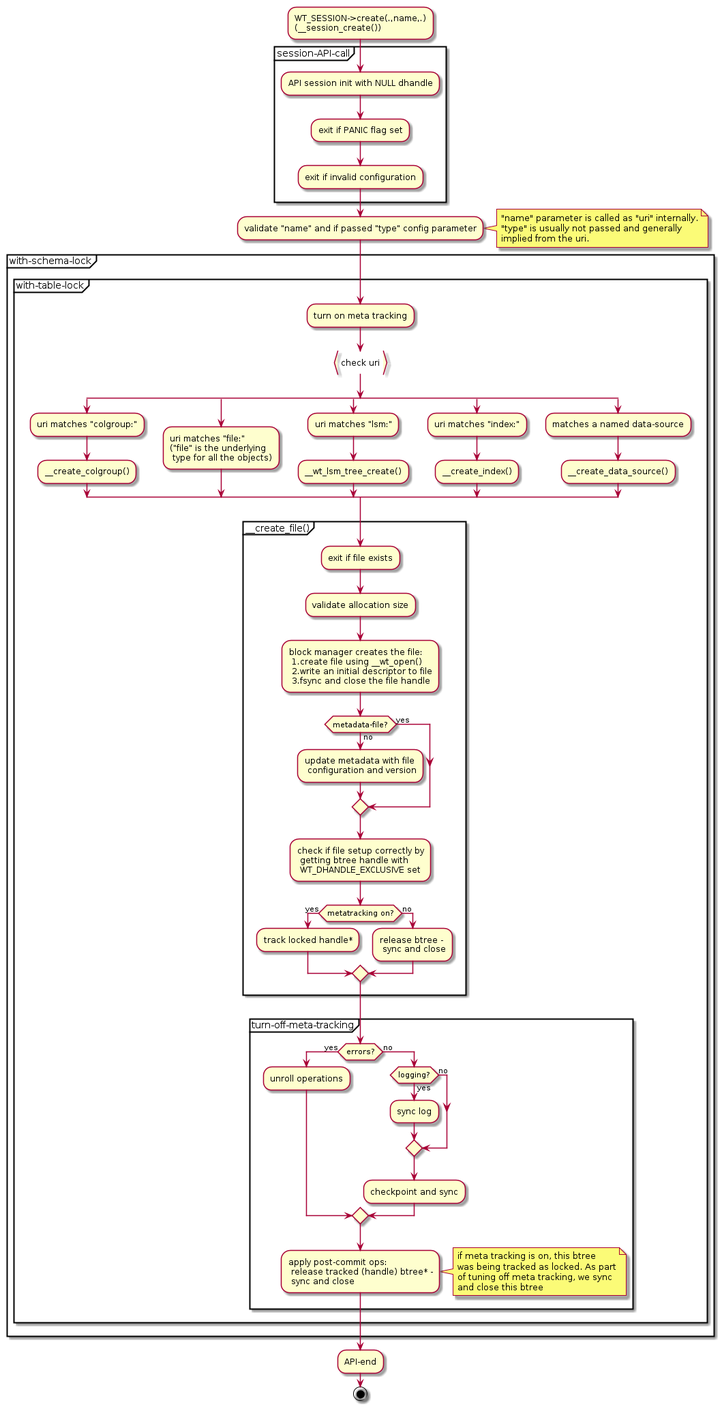
Above: src/docs/images/plantuml_gen_img/schema_create.png in wiredtiger/wiredtiger (PlantUML), before the change.
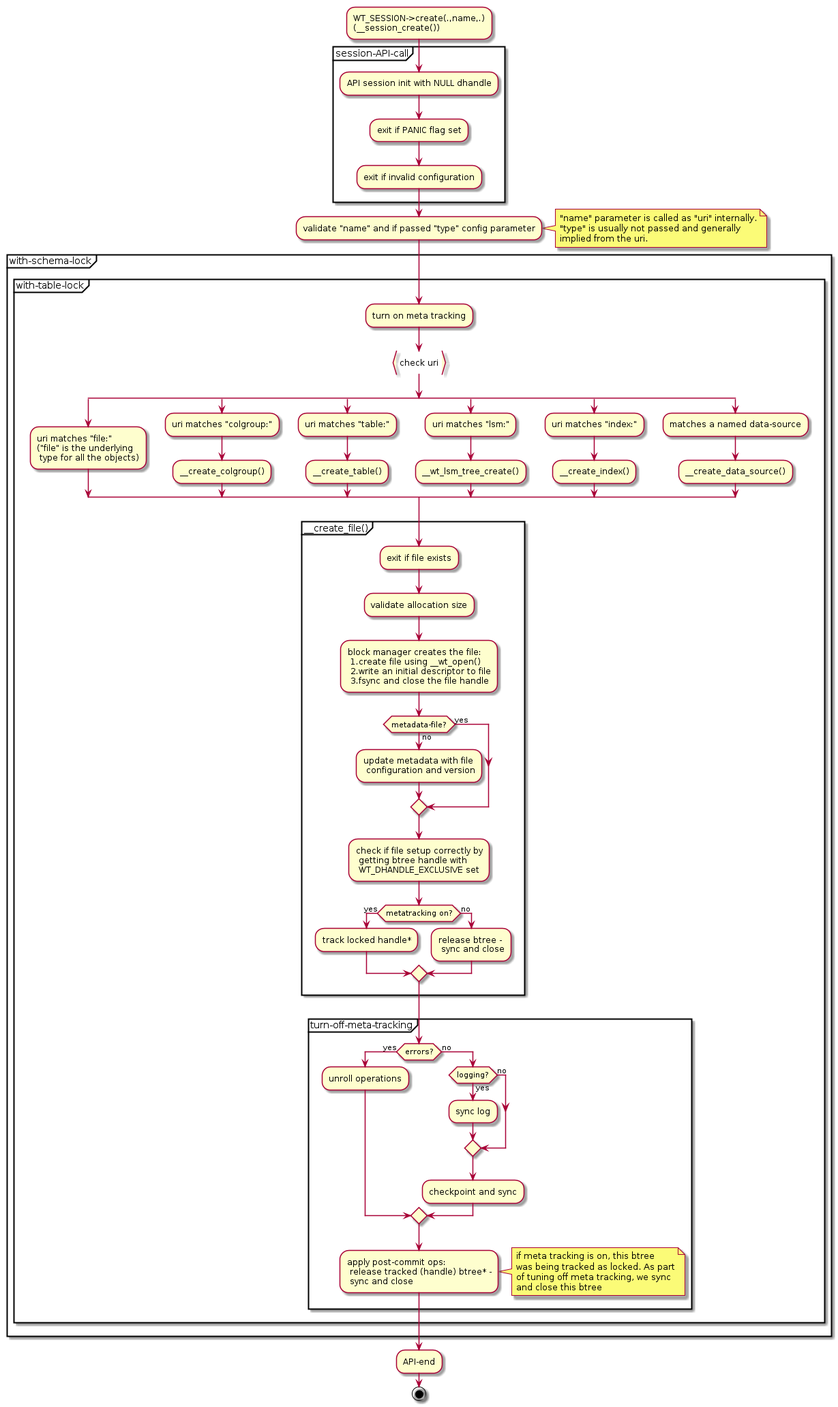
After the change.

Commit message:
Add uri table:

Change to the diagram source:
```diff
@@ -21,12 +21,15 @@
         :check uri}
 
         split
+            :uri matches "file:"
+            ("file" is the underlying
+             type for all the objects);
+        split again
             :uri matches "colgroup:";
             :__create_colgroup();
         split again
-            :uri matches "file:"
-            ("file" is the underlying
-             type for all the objects);
+            :uri matches "table:";
+            :__create_table();
         split again
             :uri matches "lsm:";
             :__wt_lsm_tree_create();
```
